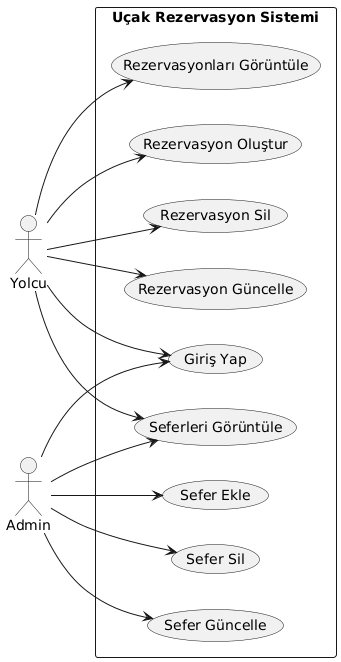
Before: Use-Case Uçak Rezervasyon Sistemi.png, a diagram exported from PlantUML (talhamete/Ucak-Rezervasyon-Sistemi).
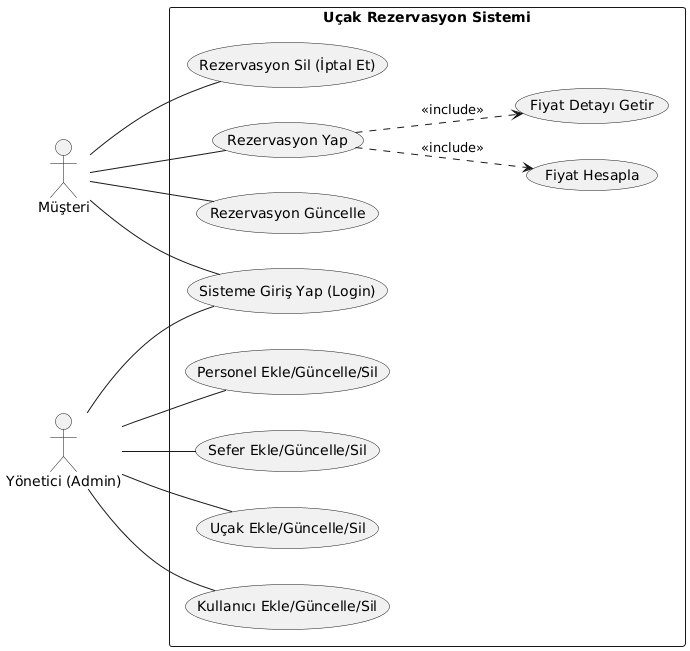
Above is the later version.

Diff of the diagram source:
```diff
@@ -1,30 +1,41 @@
 @startuml
 left to right direction
-actor "Yolcu" as yolcu
-actor "Admin" as admin
+skinparam packageStyle rectangle
+
+actor "Müşteri" as customer
+actor "Yönetici (Admin)" as admin
 
 rectangle "Uçak Rezervasyon Sistemi" {
 
-  usecase "Rezervasyonları Görüntüle" as UC2
-  usecase "Rezervasyon Oluştur" as UC3
-  usecase "Rezervasyon Sil" as UC4
-  usecase "Rezervasyon Güncelle" as UC5
-  usecase "Giriş Yap" as UC6
-  usecase "Seferleri Görüntüle" as UC1
-  usecase "Sefer Ekle" as UC8
-  usecase "Sefer Sil" as UC9
-  usecase "Sefer Güncelle" as UC10
+  usecase "Sisteme Giriş Yap (Login)" as UC_Login
+
+  usecase "Rezervasyon Yap" as UC_RezYap
+  usecase "Rezervasyon Güncelle" as UC_RezGuncelle
+  usecase "Rezervasyon Sil (İptal Et)" as UC_RezSil
+
+  usecase "Kullanıcı Ekle/Güncelle/Sil" as UC_KullaniciYonet
+  usecase "Personel Ekle/Güncelle/Sil" as UC_PersonelYonet
+  usecase "Sefer Ekle/Güncelle/Sil" as UC_SeferYonet
+  usecase "Uçak Ekle/Güncelle/Sil" as UC_UcakYonet
+
+  usecase "Fiyat Hesapla" as UC_FiyatHesapla
+  usecase "Fiyat Detayı Getir" as UC_FiyatDetay
+
+
+  customer -- UC_Login
+  admin -- UC_Login
+
+  customer -- UC_RezYap
+  customer -- UC_RezGuncelle
+  customer -- UC_RezSil
+
+  UC_RezYap ..> UC_FiyatHesapla : <<include>>
+  UC_RezYap ..> UC_FiyatDetay : <<include>>
+
+  admin -- UC_KullaniciYonet
+  admin -- UC_PersonelYonet
+  admin -- UC_SeferYonet
+  admin -- UC_UcakYonet
+
 }
-
-yolcu --> UC1
-yolcu --> UC2
-yolcu --> UC3
-yolcu --> UC4
-yolcu --> UC5
-yolcu --> UC6
-admin --> UC6
-admin --> UC1
-admin --> UC8
-admin --> UC9
-admin --> UC10
 @enduml
```
